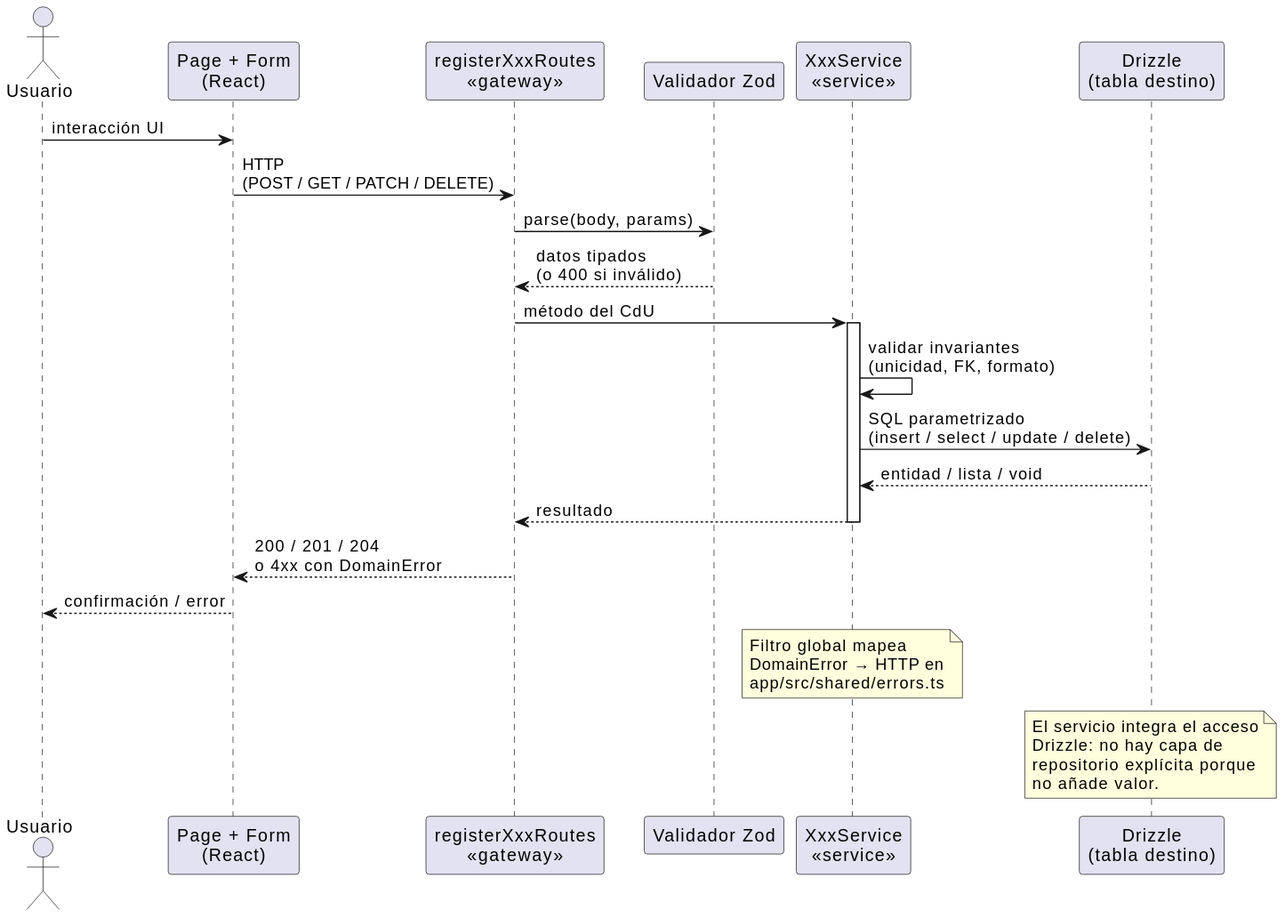
nekiiiiis/tfg keeps this PlantUML diagram as imagenes/capitulo3/diseno-secuencia-CRUD.svg. Above is the earlier version.
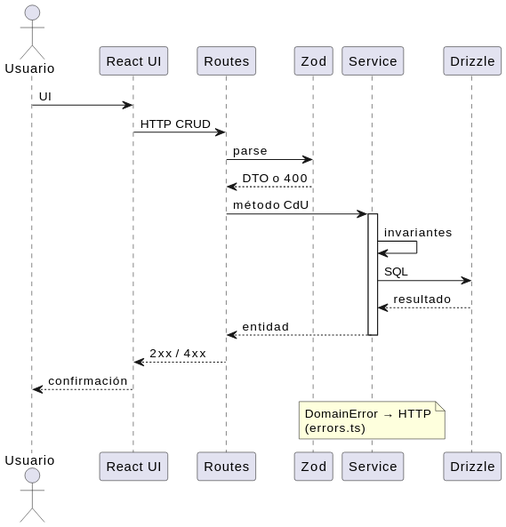
The same file after the commit.

Change to the diagram source:
```diff
@@ -1,37 +1,31 @@
 @startuml
+scale 0.75
 skinparam shadowing false
+skinparam maxMessageSize 120
 
-actor "Usuario" as U
-participant "Page + Form\n(React)" as V
-participant "registerXxxRoutes\n<<gateway>>" as C
-participant "Validador Zod" as Z
-participant "XxxService\n<<service>>" as S
-participant "Drizzle\n(tabla destino)" as R
+actor Usuario as U
+participant "React UI" as V
+participant "Routes" as C
+participant "Zod" as Z
+participant "Service" as S
+participant "Drizzle" as R
 
-U -> V : interacción UI
-V -> C : HTTP\n(POST / GET / PATCH / DELETE)
-C -> Z : parse(body, params)
-Z --> C : datos tipados\n(o 400 si inválido)
-C -> S : método del CdU
+U -> V : UI
+V -> C : HTTP CRUD
+C -> Z : parse
+Z --> C : DTO o 400
+C -> S : método CdU
 activate S
-S -> S : validar invariantes\n(unicidad, FK, formato)
-S -> R : SQL parametrizado\n(insert / select / update / delete)
-R --> S : entidad / lista / void
-S --> C : resultado
+S -> S : invariantes
+S -> R : SQL
+R --> S : resultado
+S --> C : entidad
 deactivate S
-C --> V : 200 / 201 / 204\no 4xx con DomainError
-V --> U : confirmación / error
+C --> V : 2xx / 4xx
+V --> U : confirmación
 
 note over S
-  Filtro global mapea
-  DomainError → HTTP en
-  app/src/shared/errors.ts
-end note
-
-note over R
-  El servicio integra el acceso
-  Drizzle: no hay capa de
-  repositorio explícita porque
-  no añade valor.
+  DomainError → HTTP
+  (errors.ts)
 end note
 @enduml
```
